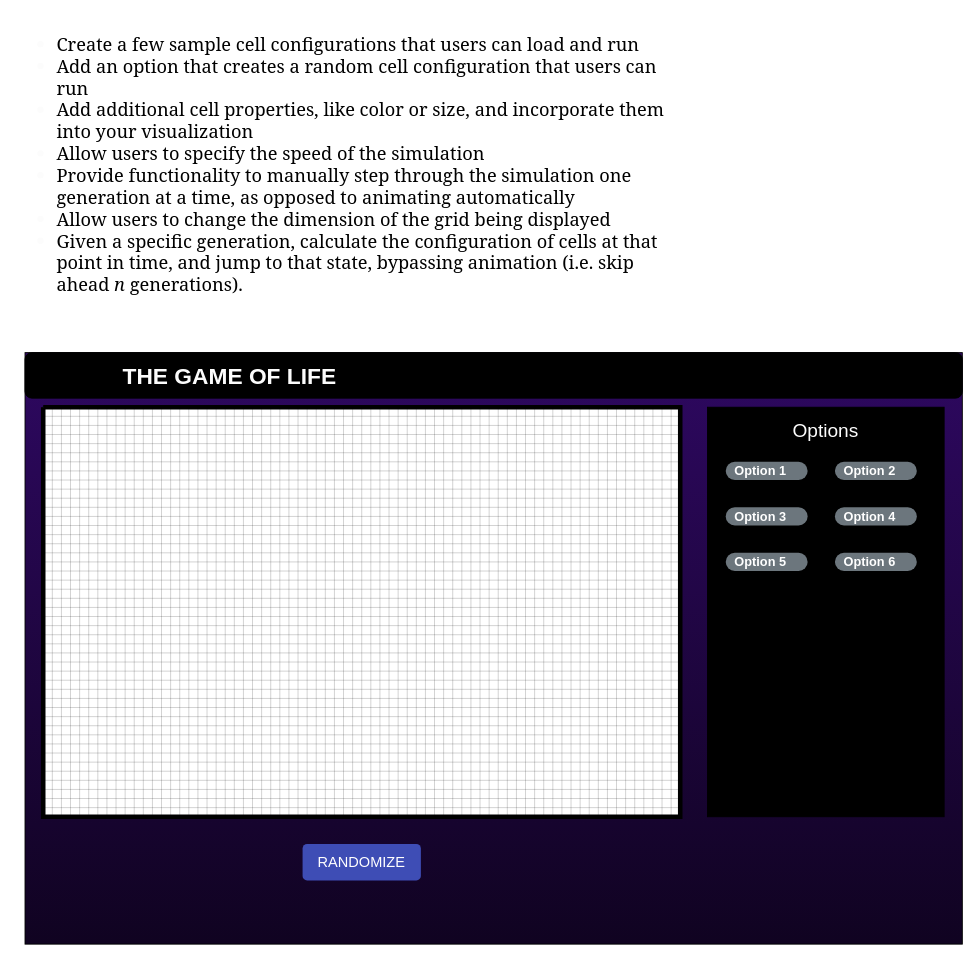
This is page "Page-1" (1 of 2) of Untitled Diagram.drawio from meep-morp/Conways_Game_Of_Life, a draw.io file, before an edit. Source tidied: cells renumbered, new cells numbered last; positions are measured from the earlier drawing's top-left corner, leaving out a move shared by most shapes. Both pictures are drawn from the tidied source at 91%, with x=0, y=0 at pixel (15, 25).
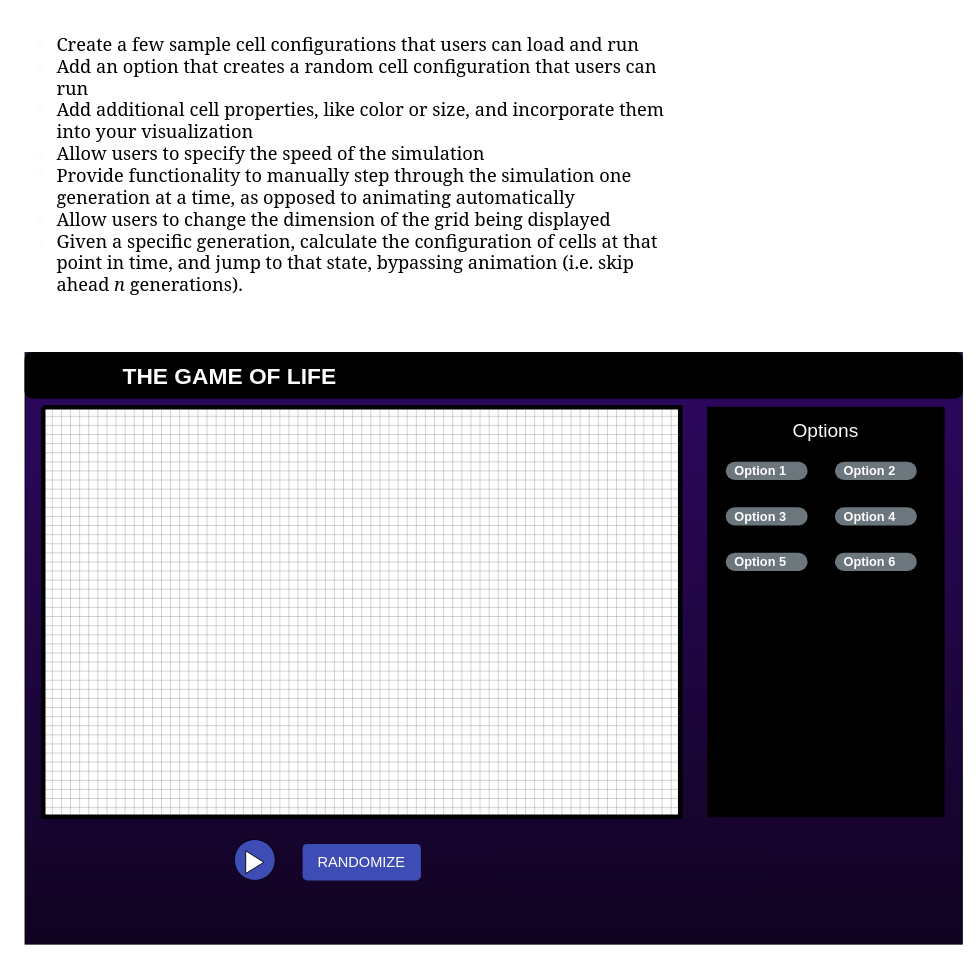
After the change.

The edit, as a diff of the source:
```diff
@@
 <mxGraphModel background="#ffffff">
   <root>
     <mxCell id="0" />
     <mxCell id="1" parent="0" />
     <mxCell id="2" style="rounded=0;whiteSpace=wrap;html=1;labelBackgroundColor=none;fillColor=#2E0861;gradientColor=#100321;" parent="1" vertex="1">
       <mxGeometry x="10" y="360" width="1030" height="650" as="geometry" />
     </mxCell>
     <mxCell id="3" style="rounded=1;whiteSpace=wrap;html=1;fillColor=#000000;" parent="1" vertex="1">
       <mxGeometry x="10" y="360" width="1030" height="50" as="geometry" />
     </mxCell>
     <mxCell id="4" style="rounded=0;whiteSpace=wrap;html=1;" parent="1" vertex="1">
       <mxGeometry x="30" y="420" width="690" height="450" as="geometry" />
     </mxCell>
     <mxCell id="5" style="rounded=0;whiteSpace=wrap;html=1;labelBackgroundColor=#2E0861;labelBorderColor=none;fillColor=#000000;" parent="1" vertex="1">
       <mxGeometry x="760" y="420" width="260" height="450" as="geometry" />
     </mxCell>
     <mxCell id="6" value="&lt;font style=&quot;font-size: 21px&quot;&gt;Options&lt;/font&gt;" style="text;html=1;strokeColor=none;fillColor=none;align=center;verticalAlign=middle;whiteSpace=wrap;rounded=0;fontColor=#FCFCFC;fontFamily=Russo One;FType=g;" parent="1" vertex="1">
       <mxGeometry x="855" y="420" width="70" height="50" as="geometry" />
     </mxCell>
     <mxCell id="7" style="verticalLabelPosition=bottom;verticalAlign=top;html=1;shape=mxgraph.basic.patternFillRect;fillStyle=grid;step=10;fillStrokeWidth=0.2;fillStrokeColor=#000000;strokeColor=#000000;fillColor=#FFFFFF;labelBackgroundColor=#2E0861;strokeWidth=5;" parent="1" vertex="1">
       <mxGeometry x="30" y="420" width="700" height="450" as="geometry" />
     </mxCell>
     <mxCell id="8" value="THE GAME OF LIFE" style="text;html=1;strokeColor=none;align=center;verticalAlign=middle;whiteSpace=wrap;rounded=0;fontColor=#FCFCFC;fontSize=25;fontStyle=1;horizontal=1;fontFamily=Russo One;" parent="1" vertex="1">
       <mxGeometry x="20" y="375" width="430" height="20" as="geometry" />
     </mxCell>
     <mxCell id="9" value="&lt;h1 style=&quot;font-size: 20px&quot;&gt;&lt;ul&gt;&lt;li&gt;&lt;font color=&quot;#000000&quot; style=&quot;font-weight: normal&quot;&gt;Create a few sample cell configurations that users can load and run&lt;/font&gt;&lt;/li&gt;&lt;li&gt;&lt;font color=&quot;#000000&quot; style=&quot;font-weight: normal&quot;&gt;Add an option that creates a random cell configuration that users can run&lt;/font&gt;&lt;/li&gt;&lt;li&gt;&lt;font color=&quot;#000000&quot; style=&quot;font-weight: normal&quot;&gt;Add additional cell properties, like color or size, and incorporate them into your visualization&lt;/font&gt;&lt;/li&gt;&lt;li&gt;&lt;font color=&quot;#000000&quot; style=&quot;font-weight: normal&quot;&gt;Allow users to specify the speed of the simulation&lt;/font&gt;&lt;/li&gt;&lt;li&gt;&lt;font color=&quot;#000000&quot; style=&quot;font-weight: normal&quot;&gt;Provide functionality to manually step through the simulation one generation at a time, as opposed to animating automatically&lt;/font&gt;&lt;/li&gt;&lt;li&gt;&lt;font color=&quot;#000000&quot; style=&quot;font-weight: normal&quot;&gt;Allow users to change the dimension of the grid being displayed&lt;/font&gt;&lt;/li&gt;&lt;li&gt;&lt;font color=&quot;#000000&quot; style=&quot;font-weight: normal&quot;&gt;Given a specific generation, calculate the configuration of cells at that point in time, and jump to that state, bypassing animation (i.e. skip ahead&amp;nbsp;&lt;em style=&quot;box-sizing: border-box&quot;&gt;n&lt;/em&gt;&amp;nbsp;generations).&lt;/font&gt;&lt;/li&gt;&lt;/ul&gt;&lt;/h1&gt;" style="text;html=1;strokeColor=none;fillColor=none;spacing=5;spacingTop=-20;whiteSpace=wrap;overflow=hidden;rounded=0;fontFamily=Georgia;fontSize=25;fontColor=#FCFCFC;" parent="1" vertex="1">
       <mxGeometry width="740" height="303" as="geometry" />
     </mxCell>
     <mxCell id="10" value="Option 1" style="rounded=1;whiteSpace=wrap;html=1;arcSize=50;strokeColor=none;strokeWidth=1;fillColor=#6C767D;fontColor=#FFFFFF;whiteSpace=wrap;align=left;verticalAlign=middle;spacingLeft=0;fontStyle=1;fontSize=14;spacing=10;labelBackgroundColor=none;fontFamily=Titillium Web;FType=g;" parent="1" vertex="1">
       <mxGeometry x="780" y="480" width="90" height="20" as="geometry" />
     </mxCell>
     <mxCell id="11" value="Option 2" style="rounded=1;whiteSpace=wrap;html=1;arcSize=50;strokeColor=none;strokeWidth=1;fillColor=#6C767D;fontColor=#FFFFFF;whiteSpace=wrap;align=left;verticalAlign=middle;spacingLeft=0;fontStyle=1;fontSize=14;spacing=10;labelBackgroundColor=none;fontFamily=Titillium Web;" parent="1" vertex="1">
       <mxGeometry x="900" y="480" width="90" height="20" as="geometry" />
     </mxCell>
     <mxCell id="12" value="Option 4" style="rounded=1;whiteSpace=wrap;html=1;arcSize=50;strokeColor=none;strokeWidth=1;fillColor=#6C767D;fontColor=#FFFFFF;whiteSpace=wrap;align=left;verticalAlign=middle;spacingLeft=0;fontStyle=1;fontSize=14;spacing=10;labelBackgroundColor=none;fontFamily=Titillium Web;" parent="1" vertex="1">
       <mxGeometry x="900" y="530" width="90" height="20" as="geometry" />
     </mxCell>
     <mxCell id="13" value="Option 3" style="rounded=1;whiteSpace=wrap;html=1;arcSize=50;strokeColor=none;strokeWidth=1;fillColor=#6C767D;fontColor=#FFFFFF;whiteSpace=wrap;align=left;verticalAlign=middle;spacingLeft=0;fontStyle=1;fontSize=14;spacing=10;labelBackgroundColor=none;fontFamily=Titillium Web;" parent="1" vertex="1">
       <mxGeometry x="780" y="530" width="90" height="20" as="geometry" />
     </mxCell>
     <mxCell id="14" value="Option 5" style="rounded=1;whiteSpace=wrap;html=1;arcSize=50;strokeColor=none;strokeWidth=1;fillColor=#6C767D;fontColor=#FFFFFF;whiteSpace=wrap;align=left;verticalAlign=middle;spacingLeft=0;fontStyle=1;fontSize=14;spacing=10;labelBackgroundColor=none;fontFamily=Titillium Web;" parent="1" vertex="1">
       <mxGeometry x="780" y="580" width="90" height="20" as="geometry" />
     </mxCell>
     <mxCell id="15" value="Option 6" style="rounded=1;whiteSpace=wrap;html=1;arcSize=50;strokeColor=none;strokeWidth=1;fillColor=#6C767D;fontColor=#FFFFFF;whiteSpace=wrap;align=left;verticalAlign=middle;spacingLeft=0;fontStyle=1;fontSize=14;spacing=10;labelBackgroundColor=none;fontFamily=Titillium Web;" parent="1" vertex="1">
       <mxGeometry x="900" y="580" width="90" height="20" as="geometry" />
     </mxCell>
     <mxCell id="16" value="RANDOMIZE" style="html=1;shadow=0;dashed=0;shape=mxgraph.bootstrap.rrect;rSize=5;strokeColor=none;strokeWidth=1;fontColor=#FFFFFF;whiteSpace=wrap;align=center;verticalAlign=middle;spacingLeft=0;fontStyle=0;fontSize=16;spacing=5;labelBackgroundColor=none;fontFamily=Russo One;fillColor=#3E4DB5;" parent="1" vertex="1">
       <mxGeometry x="315" y="900" width="130" height="40" as="geometry" />
     </mxCell>
+    <mxCell id="17" style="ellipse;whiteSpace=wrap;html=1;gradientColor=none;fillColor=#3E4DB5;" parent="1" vertex="1">
+      <mxGeometry x="240" y="895" width="45" height="45" as="geometry" />
+    </mxCell>
+    <mxCell id="18" style="triangle;whiteSpace=wrap;html=1;gradientColor=none;fillColor=#FFFFFF;" parent="1" vertex="1">
+      <mxGeometry x="252.5" y="907.5" width="20" height="25" as="geometry" />
+    </mxCell>
   </root>
 </mxGraphModel>
```
